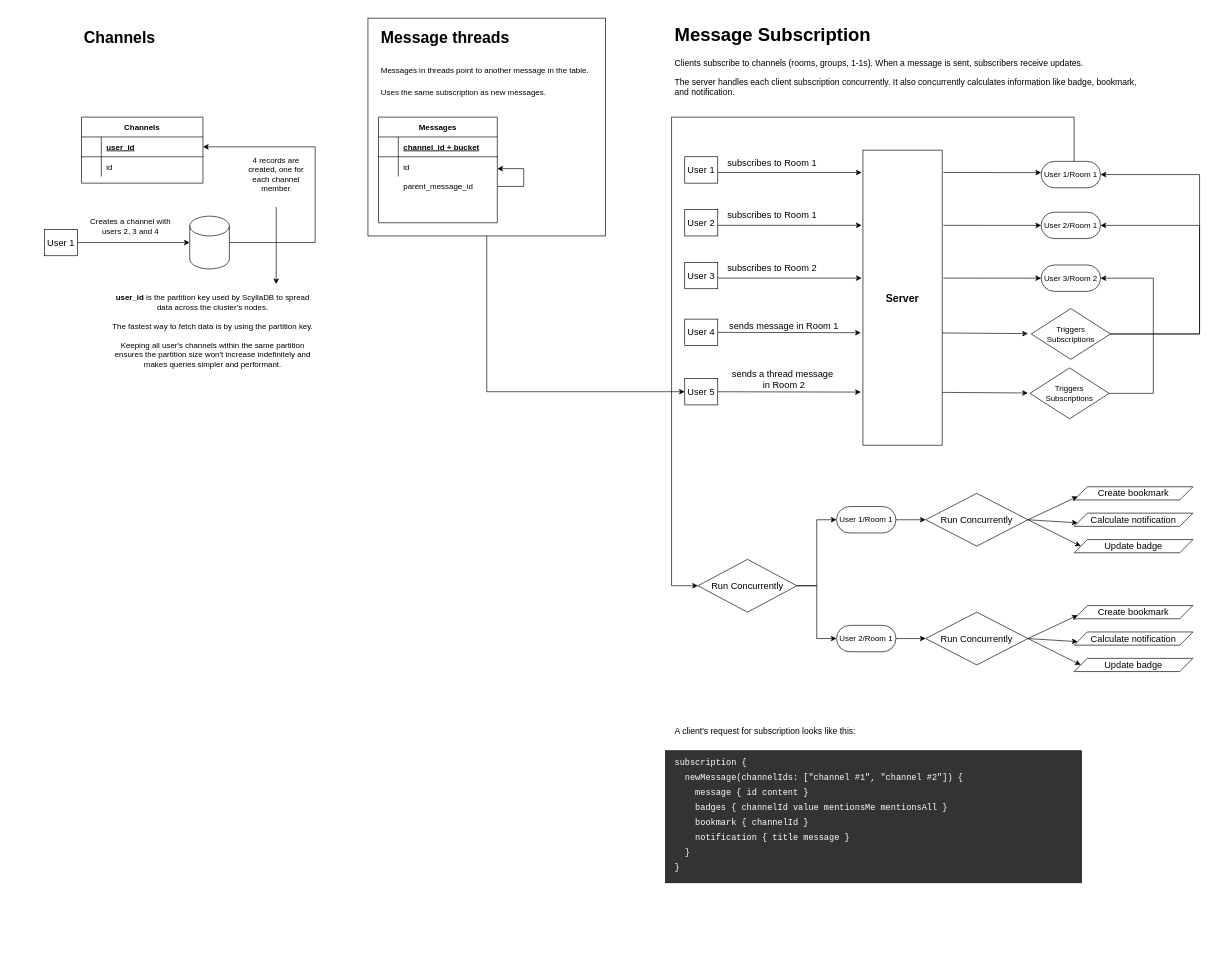
Before: docs/Connect.drawio in rafbgarcia/conn, a draw.io diagram. Source tidied: cells renumbered, new cells numbered last; positions are measured from the earlier drawing's top-left corner, leaving out a move shared by most shapes. Both pictures are drawn from the tidied source at 66%, with x=0, y=0 at pixel (44, 18).
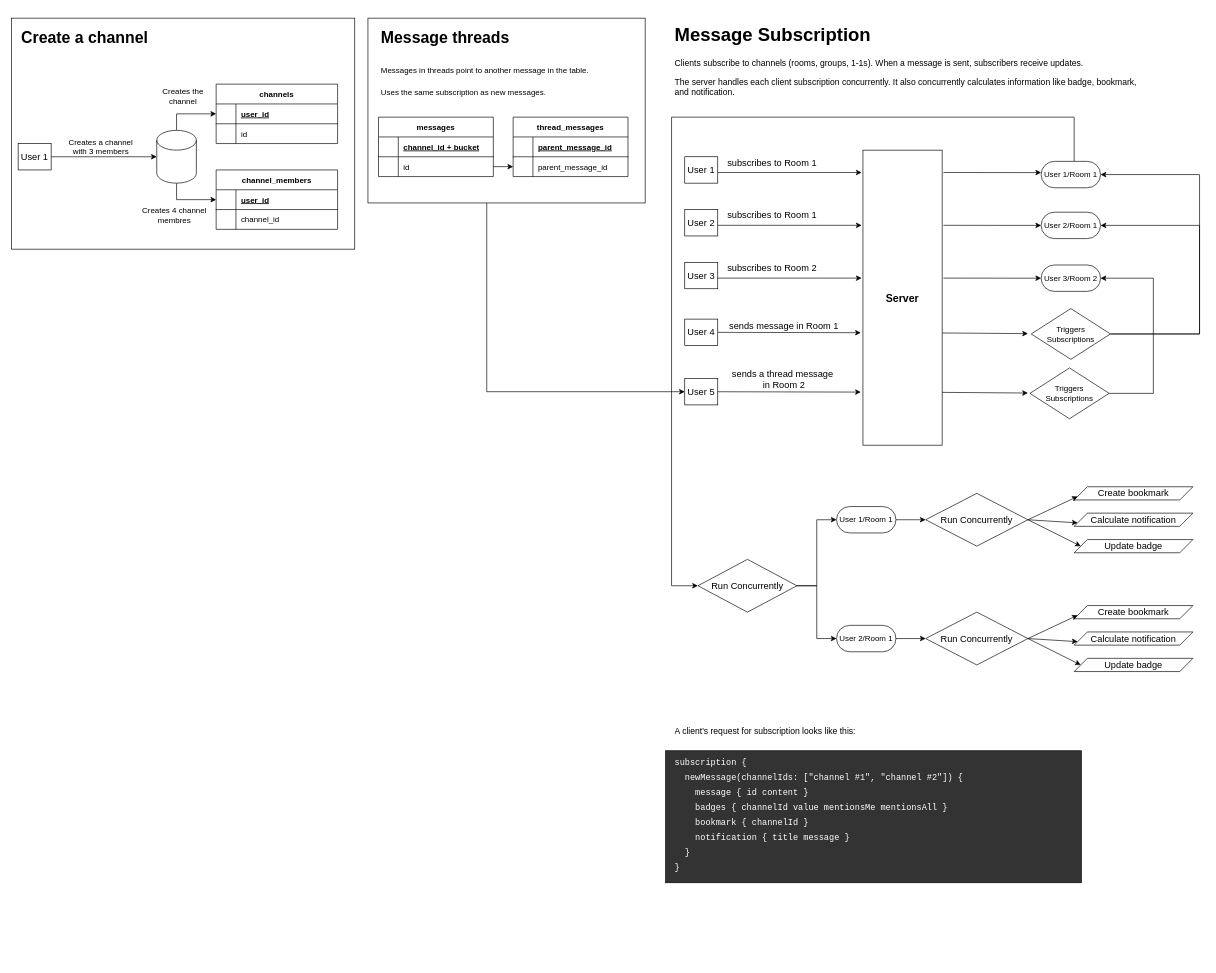
Above is the later version.

The change refers to these unchanged cells:
```xml
<mxCell id="71" style="shape=partialRectangle;fillColor=none;points=[[0,0.5],[1,0.5]];portConstraint=eastwest;top=0;left=0;right=0;bottom=1;" parent="70" vertex="1">
  <mxGeometry y="30" width="184" height="30" as="geometry" />
</mxCell>
```

Diff of the diagram source:
```diff
@@
+    <mxCell id="86" style="rounded=0;whiteSpace=wrap;html=1;fillColor=none;" parent="1" vertex="1">
+      <mxGeometry x="-50" width="520" height="350" as="geometry" />
+    </mxCell>
@@
     <mxCell id="3" style="rounded=0;whiteSpace=wrap;html=1;fillColor=none;" parent="1" vertex="1">
-      <mxGeometry x="490" width="360" height="330" as="geometry" />
+      <mxGeometry x="490" width="420" height="280" as="geometry" />
     </mxCell>
@@
-    <mxCell id="52" value="Messages" style="shape=table;startSize=30;childLayout=tableLayout;rowLines=0;fontStyle=1;align=center;" parent="1" vertex="1">
-      <mxGeometry x="506" y="150" width="180" height="160" as="geometry" />
+    <mxCell id="52" value="messages" style="shape=table;startSize=30;childLayout=tableLayout;rowLines=0;fontStyle=1;align=center;" parent="1" vertex="1">
+      <mxGeometry x="506" y="150" width="174" height="90" as="geometry" />
     </mxCell>
     <mxCell id="53" style="shape=partialRectangle;fillColor=none;top=0;left=0;right=0;bottom=1;" parent="52" vertex="1">
-      <mxGeometry y="30" width="180" height="30" as="geometry" />
+      <mxGeometry y="30" width="174" height="30" as="geometry" />
     </mxCell>
@@
     <mxCell id="55" value="channel_id + bucket" style="shape=partialRectangle;overflow=hidden;fillColor=none;top=0;left=0;bottom=0;right=0;align=left;spacingLeft=6;fontStyle=5;" parent="53" vertex="1">
-      <mxGeometry x="30" width="150" height="30" as="geometry" />
+      <mxGeometry x="30" width="144" height="30" as="geometry" />
     </mxCell>
     <mxCell id="56" style="shape=partialRectangle;fillColor=none;points=[[0,0.5],[1,0.5]];portConstraint=eastwest;top=0;left=0;right=0;bottom=0;" parent="52" vertex="1">
-      <mxGeometry y="60" width="180" height="30" as="geometry" />
+      <mxGeometry y="60" width="174" height="30" as="geometry" />
     </mxCell>
@@
     <mxCell id="58" value="id" style="shape=partialRectangle;overflow=hidden;fillColor=none;top=0;left=0;bottom=0;right=0;align=left;spacingLeft=6;" parent="56" vertex="1">
-      <mxGeometry x="30" width="150" height="30" as="geometry" />
+      <mxGeometry x="30" width="144" height="30" as="geometry" />
     </mxCell>
-    <mxCell id="59" value="parent_message_id" style="shape=partialRectangle;overflow=hidden;fillColor=none;top=0;left=0;bottom=0;right=0;align=left;spacingLeft=6;" parent="1" vertex="1">
-      <mxGeometry x="536" y="240" width="130" height="30" as="geometry" />
-    </mxCell>
-    <mxCell id="60" style="endArrow=none;html=1;" parent="1" edge="1">
-      <mxGeometry relative="1" as="geometry">
-        <mxPoint x="686" y="255" as="sourcePoint" />
-        <mxPoint x="726" y="255" as="targetPoint" />
-      </mxGeometry>
-    </mxCell>
-    <mxCell id="61" style="endArrow=none;html=1;" parent="1" edge="1">
-      <mxGeometry relative="1" as="geometry">
-        <mxPoint x="726" y="255" as="sourcePoint" />
-        <mxPoint x="726" y="228" as="targetPoint" />
-      </mxGeometry>
-    </mxCell>
-    <mxCell id="62" style="endArrow=classic;html=1;" parent="1" edge="1">
-      <mxGeometry relative="1" as="geometry">
-        <mxPoint x="726" y="228" as="sourcePoint" />
-        <mxPoint x="686" y="228" as="targetPoint" />
-      </mxGeometry>
-    </mxCell>
@@
-    <mxCell id="70" value="Channels" style="shape=table;startSize=30;childLayout=tableLayout;rowLines=0;fontStyle=1;align=center;" parent="1" vertex="1">
-      <mxGeometry x="56" y="150" width="184" height="100" as="geometry" />
+    <mxCell id="70" value="channels" style="shape=table;startSize=30;childLayout=tableLayout;rowLines=0;fontStyle=1;align=center;" parent="1" vertex="1">
+      <mxGeometry x="260" y="100" width="184" height="90" as="geometry" />
     </mxCell>
@@
-    <mxCell id="77" value="&lt;h1&gt;&lt;span&gt;Channels&lt;/span&gt;&lt;/h1&gt;" style="text;html=1;strokeColor=none;fillColor=none;spacing=5;spacingTop=-20;whiteSpace=wrap;overflow=hidden;rounded=0;" parent="1" vertex="1">
-      <mxGeometry x="55" y="10" width="351" height="50" as="geometry" />
+    <mxCell id="77" value="&lt;h1&gt;&lt;span&gt;Create a channel&lt;/span&gt;&lt;/h1&gt;" style="text;html=1;strokeColor=none;fillColor=none;spacing=5;spacingTop=-20;whiteSpace=wrap;overflow=hidden;rounded=0;" parent="1" vertex="1">
+      <mxGeometry x="-40" y="10" width="490" height="50" as="geometry" />
     </mxCell>
@@
     <mxCell id="79" value="User 1" style="rounded=0;whiteSpace=wrap;html=1;fontSize=14;" parent="1" vertex="1">
-      <mxGeometry y="320" width="50" height="40" as="geometry" />
+      <mxGeometry x="-40" y="190" width="50" height="40" as="geometry" />
     </mxCell>
-    <mxCell id="80" style="edgeStyle=orthogonalEdgeStyle;rounded=0;jettySize=auto;html=1;entryX=1;entryY=0.5;entryDx=0;entryDy=0;" parent="1" edge="1" source="81" target="71">
-      <mxGeometry relative="1" as="geometry">
-        <Array as="points">
-          <mxPoint x="410" y="340" />
-          <mxPoint x="410" y="195" />
-        </Array>
-      </mxGeometry>
+    <mxCell id="80" style="edgeStyle=orthogonalEdgeStyle;rounded=0;jettySize=auto;html=1;entryX=0;entryY=0.5;entryDx=0;entryDy=0;" parent="1" edge="1" source="81" target="71">
+      <mxGeometry relative="1" as="geometry" />
     </mxCell>
+    <mxCell id="87" style="edgeStyle=orthogonalEdgeStyle;rounded=0;jettySize=auto;html=1;entryX=0;entryY=0.5;entryDx=0;entryDy=0;" parent="1" edge="1" source="81" target="97">
+      <mxGeometry relative="1" as="geometry" />
+    </mxCell>
     <mxCell id="81" style="shape=cylinder3;whiteSpace=wrap;html=1;boundedLbl=1;backgroundOutline=1;size=15;" parent="1" vertex="1">
-      <mxGeometry x="220" y="300" width="60" height="80" as="geometry" />
+      <mxGeometry x="170" y="170" width="60" height="80" as="geometry" />
     </mxCell>
-    <mxCell id="82" value="Creates a channel with &lt;br&gt;users 2, 3 and 4" style="text;html=1;align=center;verticalAlign=middle;strokeColor=none;" parent="1" vertex="1">
-      <mxGeometry x="60" y="300" width="140" height="30" as="geometry" />
+    <mxCell id="82" value="Creates a channel&lt;br&gt;with 3 members" style="text;html=1;align=center;verticalAlign=middle;strokeColor=none;" parent="1" vertex="1">
+      <mxGeometry x="30" y="180" width="110" height="30" as="geometry" />
     </mxCell>
-    <mxCell id="83" style="edgeStyle=orthogonalEdgeStyle;rounded=0;orthogonalLoop=1;jettySize=auto;html=1;" parent="1" edge="1">
-      <mxGeometry relative="1" as="geometry">
-        <mxPoint x="351" y="286" as="sourcePoint" />
-        <mxPoint x="351" y="403" as="targetPoint" />
-      </mxGeometry>
-    </mxCell>
-    <mxCell id="84" value="4 records are created, one for each channel member" style="text;html=1;strokeColor=none;fillColor=none;align=center;verticalAlign=middle;whiteSpace=wrap;rounded=0;" parent="1" vertex="1">
-      <mxGeometry x="296" y="195.5" width="110" height="83" as="geometry" />
-    </mxCell>
-    <mxCell id="85" value="&lt;b&gt;user_id&lt;/b&gt; is the partition key used by ScyllaDB to spread data across the cluster's nodes.&lt;br&gt;&lt;br&gt;The fastest way to fetch data is by using the partition key. &lt;br&gt;&lt;br&gt;Keeping all user's channels within the same partition ensures the partition size won't increase indefinitely and makes queries simpler and performant." style="text;html=1;strokeColor=none;fillColor=none;align=center;verticalAlign=middle;whiteSpace=wrap;rounded=0;" parent="1" vertex="1">
-      <mxGeometry x="100" y="414" width="310" height="120" as="geometry" />
-    </mxCell>
+    <mxCell id="88" value="thread_messages" style="shape=table;startSize=30;childLayout=tableLayout;rowLines=0;fontStyle=1;align=center;" parent="1" vertex="1">
+      <mxGeometry x="710" y="150" width="174" height="90" as="geometry" />
+    </mxCell>
+    <mxCell id="89" style="shape=partialRectangle;fillColor=none;top=0;left=0;right=0;bottom=1;" parent="88" vertex="1">
+      <mxGeometry y="30" width="174" height="30" as="geometry" />
+    </mxCell>
+    <mxCell id="90" style="shape=partialRectangle;overflow=hidden;fillColor=none;top=0;left=0;bottom=0;right=0;fontStyle=1;" parent="89" vertex="1">
+      <mxGeometry width="30" height="30" as="geometry" />
+    </mxCell>
+    <mxCell id="91" value="parent_message_id" style="shape=partialRectangle;overflow=hidden;fillColor=none;top=0;left=0;bottom=0;right=0;align=left;spacingLeft=6;fontStyle=5;" parent="89" vertex="1">
+      <mxGeometry x="30" width="144" height="30" as="geometry" />
+    </mxCell>
+    <mxCell id="92" style="shape=partialRectangle;fillColor=none;points=[[0,0.5],[1,0.5]];portConstraint=eastwest;top=0;left=0;right=0;bottom=0;" parent="88" vertex="1">
+      <mxGeometry y="60" width="174" height="30" as="geometry" />
+    </mxCell>
+    <mxCell id="93" style="shape=partialRectangle;overflow=hidden;fillColor=none;top=0;left=0;bottom=0;right=0;" parent="92" vertex="1">
+      <mxGeometry width="30" height="30" as="geometry" />
+    </mxCell>
+    <mxCell id="59" value="parent_message_id" style="shape=partialRectangle;overflow=hidden;fillColor=none;top=0;left=0;bottom=0;right=0;align=left;spacingLeft=6;" parent="92" vertex="1">
+      <mxGeometry x="30" width="144" height="30" as="geometry" />
+    </mxCell>
+    <mxCell id="94" style="endArrow=classic;html=1;exitX=1;exitY=0.5;exitDx=0;exitDy=0;entryX=0;entryY=0.5;entryDx=0;entryDy=0;" parent="1" edge="1" source="56" target="92">
+      <mxGeometry relative="1" as="geometry" />
+    </mxCell>
+    <mxCell id="95" value="Creates the channel" style="text;html=1;strokeColor=none;fillColor=none;align=center;verticalAlign=middle;whiteSpace=wrap;rounded=0;" parent="1" vertex="1">
+      <mxGeometry x="170" y="109" width="80" height="20" as="geometry" />
+    </mxCell>
+    <mxCell id="96" value="channel_members" style="shape=table;startSize=30;childLayout=tableLayout;rowLines=0;fontStyle=1;align=center;" parent="1" vertex="1">
+      <mxGeometry x="260" y="230" width="184" height="90" as="geometry" />
+    </mxCell>
+    <mxCell id="97" style="shape=partialRectangle;fillColor=none;points=[[0,0.5],[1,0.5]];portConstraint=eastwest;top=0;left=0;right=0;bottom=1;" parent="96" vertex="1">
+      <mxGeometry y="30" width="184" height="30" as="geometry" />
+    </mxCell>
+    <mxCell id="98" style="shape=partialRectangle;overflow=hidden;fillColor=none;top=0;left=0;bottom=0;right=0;fontStyle=1;" parent="97" vertex="1">
+      <mxGeometry width="30" height="30" as="geometry" />
+    </mxCell>
+    <mxCell id="99" value="user_id" style="shape=partialRectangle;overflow=hidden;fillColor=none;top=0;left=0;bottom=0;right=0;align=left;spacingLeft=6;fontStyle=5;" parent="97" vertex="1">
+      <mxGeometry x="30" width="154" height="30" as="geometry" />
+    </mxCell>
+    <mxCell id="100" style="shape=partialRectangle;fillColor=none;top=0;left=0;right=0;bottom=0;" parent="96" vertex="1">
+      <mxGeometry y="60" width="184" height="30" as="geometry" />
+    </mxCell>
+    <mxCell id="101" style="shape=partialRectangle;overflow=hidden;fillColor=none;top=0;left=0;bottom=0;right=0;" parent="100" vertex="1">
+      <mxGeometry width="30" height="30" as="geometry" />
+    </mxCell>
+    <mxCell id="102" value="channel_id" style="shape=partialRectangle;overflow=hidden;fillColor=none;top=0;left=0;bottom=0;right=0;align=left;spacingLeft=6;" parent="100" vertex="1">
+      <mxGeometry x="30" width="154" height="30" as="geometry" />
+    </mxCell>
+    <mxCell id="103" value="Creates 4 channel membres" style="text;html=1;strokeColor=none;fillColor=none;align=center;verticalAlign=middle;whiteSpace=wrap;rounded=0;" parent="1" vertex="1">
+      <mxGeometry x="142" y="289" width="110" height="20" as="geometry" />
+    </mxCell>
```
